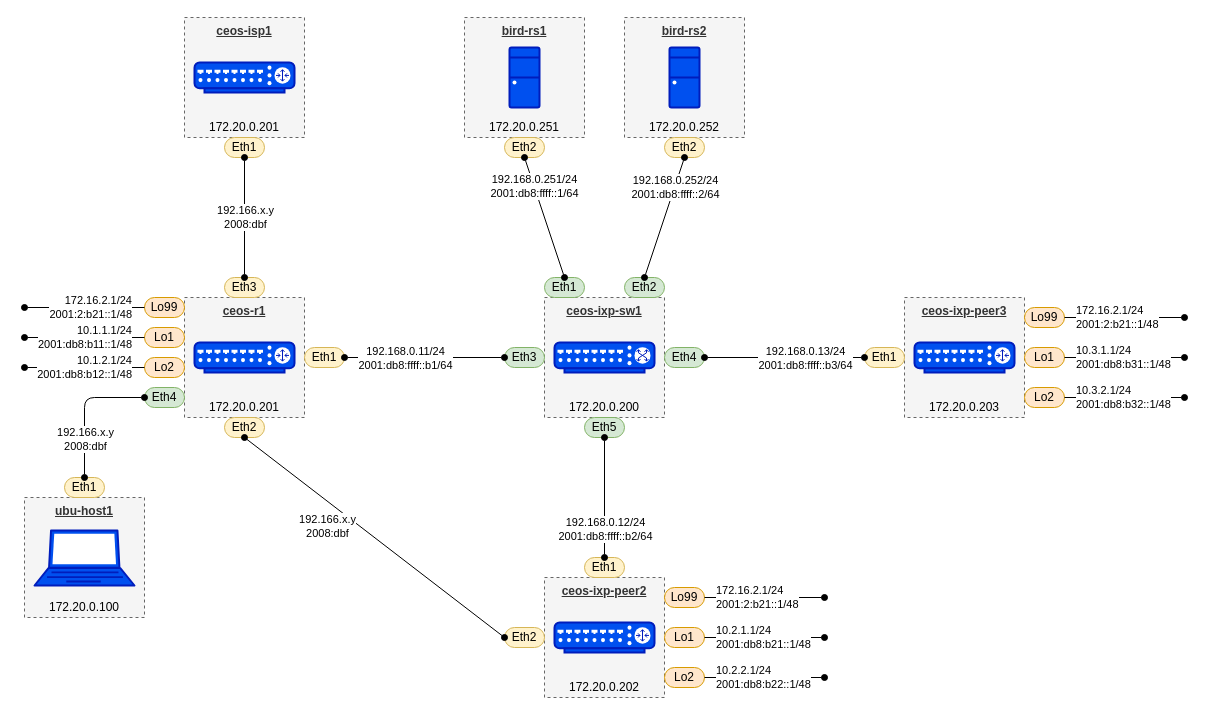
Before: ceos-ixp.drawio in commitconfirmed/draw-io, a draw.io diagram. Source tidied: cells renumbered, new cells numbered last; positions are measured from the earlier drawing's top-left corner, leaving out a move shared by most shapes. Both pictures are drawn from the tidied source at 100%, with x=0, y=0 at pixel (24, 17).
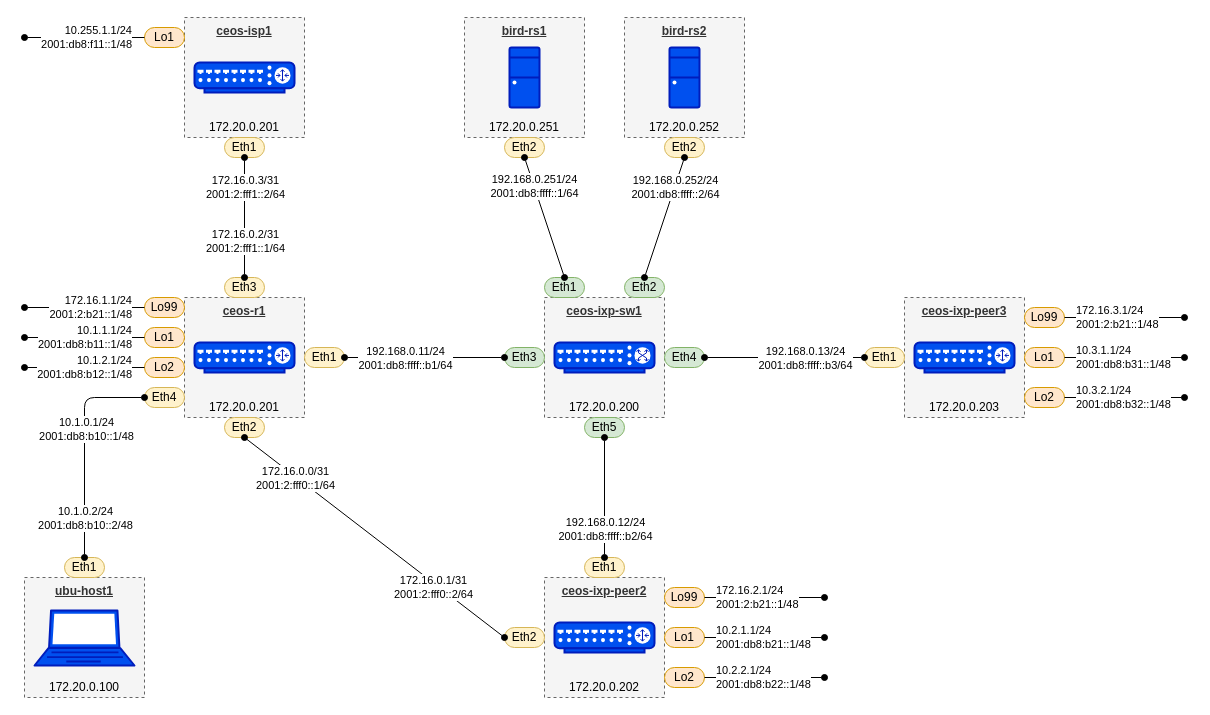
After the change.

Unchanged cells that the change refers to:
```xml
<mxCell id="34" style="rounded=0;jettySize=auto;html=1;exitX=0.5;exitY=1;exitDx=0;exitDy=0;entryX=0;entryY=0.5;entryDx=0;entryDy=0;endArrow=oval;endFill=1;startArrow=oval;startFill=1;" parent="1" edge="1" source="33" target="32">
  <mxGeometry relative="1" as="geometry" />
</mxCell>
<mxCell id="49" style="rounded=0;jettySize=auto;html=1;exitX=0.5;exitY=1;exitDx=0;exitDy=0;entryX=0.5;entryY=0;entryDx=0;entryDy=0;endArrow=oval;endFill=1;startArrow=oval;startFill=1;" parent="1" edge="1" source="47" target="48">
  <mxGeometry relative="1" as="geometry" />
</mxCell>
<mxCell id="56" style="rounded=1;jettySize=auto;html=1;exitX=0.5;exitY=0;exitDx=0;exitDy=0;entryX=0;entryY=0.5;entryDx=0;entryDy=0;endArrow=oval;endFill=1;startArrow=oval;startFill=1;edgeStyle=orthogonalEdgeStyle;curved=0;" parent="1" edge="1" source="55" target="54">
  <mxGeometry relative="1" as="geometry" />
</mxCell>
```

Change to the diagram source:
```diff
@@
-    <mxCell id="35" value="192.166.x.y&lt;div&gt;2008:dbf&lt;/div&gt;" style="edgeLabel;html=1;align=center;verticalAlign=middle;" parent="34" vertex="1">
+    <mxCell id="35" value="172.16.0.1/31&lt;div&gt;2001:2:fff0::2/64&lt;/div&gt;" style="edgeLabel;html=1;align=center;verticalAlign=middle;" parent="34" vertex="1">
       <mxGeometry x="-0.11" y="-3" relative="1" as="geometry">
-        <mxPoint x="-31" y="-3" as="offset" />
+        <mxPoint x="75" y="58" as="offset" />
       </mxGeometry>
     </mxCell>
+    <mxCell id="85" value="172.16.0.0/31&lt;div&gt;2001:2:fff0::1/64&lt;/div&gt;" style="edgeLabel;html=1;align=center;verticalAlign=middle;" parent="34" vertex="1">
+      <mxGeometry x="-0.35" relative="1" as="geometry">
+        <mxPoint x="-34" y="-25" as="offset" />
+      </mxGeometry>
+    </mxCell>
@@
-    <mxCell id="50" value="192.166.x.y&lt;div&gt;2008:dbf&lt;/div&gt;" style="edgeLabel;html=1;align=center;verticalAlign=middle;" parent="49" vertex="1">
+    <mxCell id="50" value="172.16.0.3/31&lt;div&gt;2001:2:fff1::2/64&lt;/div&gt;" style="edgeLabel;html=1;align=center;verticalAlign=middle;" parent="49" vertex="1">
       <mxGeometry x="-0.11" y="-3" relative="1" as="geometry">
-        <mxPoint x="3" y="6" as="offset" />
+        <mxPoint x="3" y="-24" as="offset" />
       </mxGeometry>
     </mxCell>
+    <mxCell id="86" value="172.16.0.2/31&lt;div&gt;2001:2:fff1::1/64&lt;/div&gt;" style="edgeLabel;html=1;align=center;verticalAlign=middle;" parent="49" vertex="1">
+      <mxGeometry x="0.39" relative="1" as="geometry" />
+    </mxCell>
     <mxCell id="51" value="&lt;u&gt;&lt;b&gt;ubu-host1&lt;/b&gt;&lt;/u&gt;" style="rounded=0;whiteSpace=wrap;html=1;dashed=1;fillColor=#f5f5f5;strokeColor=#666666;fontColor=#333333;labelPosition=center;verticalLabelPosition=middle;align=center;verticalAlign=top;spacingTop=0;" parent="1" vertex="1">
-      <mxGeometry y="480" width="120" height="120" as="geometry" />
+      <mxGeometry y="560" width="120" height="120" as="geometry" />
     </mxCell>
     <mxCell id="52" value="172.20.0.100" style="text;html=1;align=center;verticalAlign=middle;whiteSpace=wrap;rounded=0;" parent="1" vertex="1">
-      <mxGeometry y="580" width="120" height="20" as="geometry" />
+      <mxGeometry y="660" width="120" height="20" as="geometry" />
     </mxCell>
     <mxCell id="53" style="fontColor=#ffffff;verticalAlign=top;verticalLabelPosition=bottom;labelPosition=center;align=center;html=1;fillColor=#0050ef;strokeColor=#001DBC;gradientDirection=north;strokeWidth=2;shape=mxgraph.networks.laptop;" parent="1" vertex="1">
-      <mxGeometry x="10" y="513" width="100" height="55" as="geometry" />
+      <mxGeometry x="10" y="593" width="100" height="55" as="geometry" />
     </mxCell>
-    <mxCell id="54" value="Eth4" style="rounded=1;whiteSpace=wrap;html=1;fillColor=#d5e8d4;strokeColor=#82b366;arcSize=50;" parent="1" vertex="1">
+    <mxCell id="54" value="Eth4" style="rounded=1;whiteSpace=wrap;html=1;fillColor=#fff2cc;strokeColor=#d6b656;arcSize=50;" parent="1" vertex="1">
       <mxGeometry x="120" y="370" width="40" height="20" as="geometry" />
     </mxCell>
     <mxCell id="55" value="Eth1" style="rounded=1;whiteSpace=wrap;html=1;fillColor=#fff2cc;strokeColor=#d6b656;arcSize=50;" parent="1" vertex="1">
-      <mxGeometry x="40" y="460" width="40" height="20" as="geometry" />
+      <mxGeometry x="40" y="540" width="40" height="20" as="geometry" />
     </mxCell>
@@
-    <mxCell id="57" value="192.166.x.y&lt;div&gt;2008:dbf&lt;/div&gt;" style="edgeLabel;html=1;align=center;verticalAlign=middle;" parent="56" vertex="1">
+    <mxCell id="57" value="10.1.0.2/24&lt;div&gt;2001:db8:b10::2/48&lt;/div&gt;" style="edgeLabel;html=1;align=center;verticalAlign=middle;" parent="56" vertex="1">
       <mxGeometry x="-0.11" y="-3" relative="1" as="geometry">
-        <mxPoint x="-3" y="23" as="offset" />
+        <mxPoint x="-3" y="58" as="offset" />
       </mxGeometry>
     </mxCell>
+    <mxCell id="87" value="10.1.0.1/24&lt;div&gt;2001:db8:b10::1/48&lt;/div&gt;" style="edgeLabel;html=1;align=center;verticalAlign=middle;" parent="56" vertex="1">
+      <mxGeometry x="0.17" y="-1" relative="1" as="geometry" />
+    </mxCell>
@@
-    <mxCell id="69" value="172.16.2.1/24&lt;div&gt;2001:2:b21::1/48&lt;br&gt;&lt;/div&gt;" style="text;html=1;align=left;verticalAlign=middle;whiteSpace=wrap;rounded=0;fillColor=none;labelBackgroundColor=default;fontSize=11;" parent="1" vertex="1">
+    <mxCell id="69" value="172.16.3.1/24&lt;div&gt;2001:2:b21::1/48&lt;br&gt;&lt;/div&gt;" style="text;html=1;align=left;verticalAlign=middle;whiteSpace=wrap;rounded=0;fillColor=none;labelBackgroundColor=default;fontSize=11;" parent="1" vertex="1">
       <mxGeometry x="1050" y="280" width="110" height="40" as="geometry" />
     </mxCell>
@@
-    <mxCell id="78" value="172.16.2.1/24&lt;div&gt;2001:2:b21::1/48&lt;br&gt;&lt;/div&gt;" style="text;html=1;align=right;verticalAlign=middle;whiteSpace=wrap;rounded=0;fillColor=none;labelBackgroundColor=default;fontSize=11;" parent="1" vertex="1">
+    <mxCell id="78" value="172.16.1.1/24&lt;div&gt;2001:2:b21::1/48&lt;br&gt;&lt;/div&gt;" style="text;html=1;align=right;verticalAlign=middle;whiteSpace=wrap;rounded=0;fillColor=none;labelBackgroundColor=default;fontSize=11;" parent="1" vertex="1">
       <mxGeometry y="270" width="110" height="40" as="geometry" />
     </mxCell>
@@
+    <mxCell id="88" value="Lo1" style="rounded=1;whiteSpace=wrap;html=1;fillColor=#ffe6cc;strokeColor=#d79b00;arcSize=50;" parent="1" vertex="1">
+      <mxGeometry x="120" y="10" width="40" height="20" as="geometry" />
+    </mxCell>
+    <mxCell id="89" style="rounded=0;jettySize=auto;html=1;exitX=0;exitY=0.5;exitDx=0;exitDy=0;endArrow=none;endFill=0;startArrow=oval;startFill=1;entryX=0;entryY=0.5;entryDx=0;entryDy=0;" parent="1" edge="1" source="90" target="88">
+      <mxGeometry relative="1" as="geometry" />
+    </mxCell>
+    <mxCell id="90" value="10.255.1.1/24&lt;br&gt;2001:db8:f11::1/48" style="text;html=1;align=right;verticalAlign=middle;whiteSpace=wrap;rounded=0;fillColor=none;labelBackgroundColor=default;fontSize=11;" parent="1" vertex="1">
+      <mxGeometry width="110" height="40" as="geometry" />
+    </mxCell>
```
